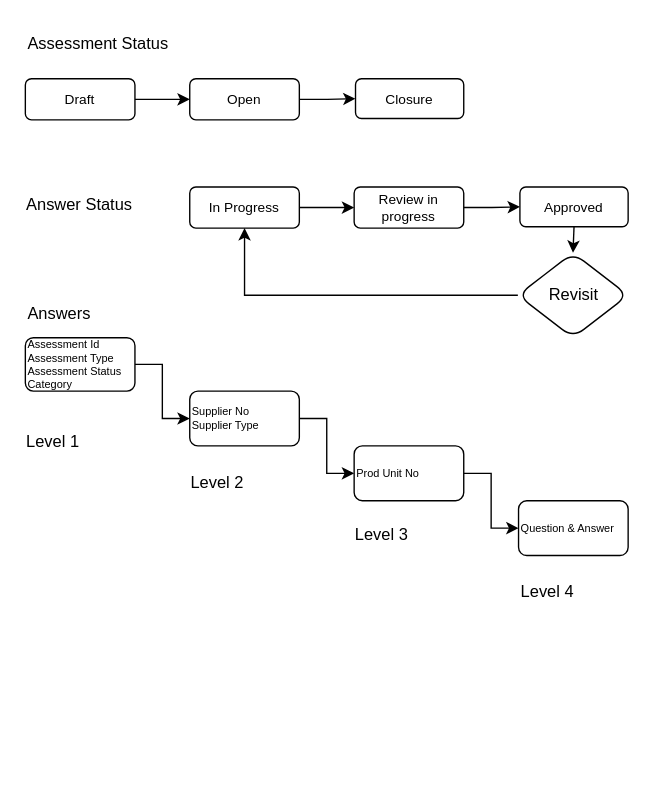
Before: page "Assessments Flow" (1 of 2) of Untitled Diagram.drawio in nselangovan/powerofdata, a draw.io diagram. Source tidied: cells renumbered, new cells numbered last; positions are measured from the earlier drawing's top-left corner, leaving out a move shared by most shapes. Both pictures are drawn from the tidied source at 137%, with x=0, y=0 at pixel (23, 23).
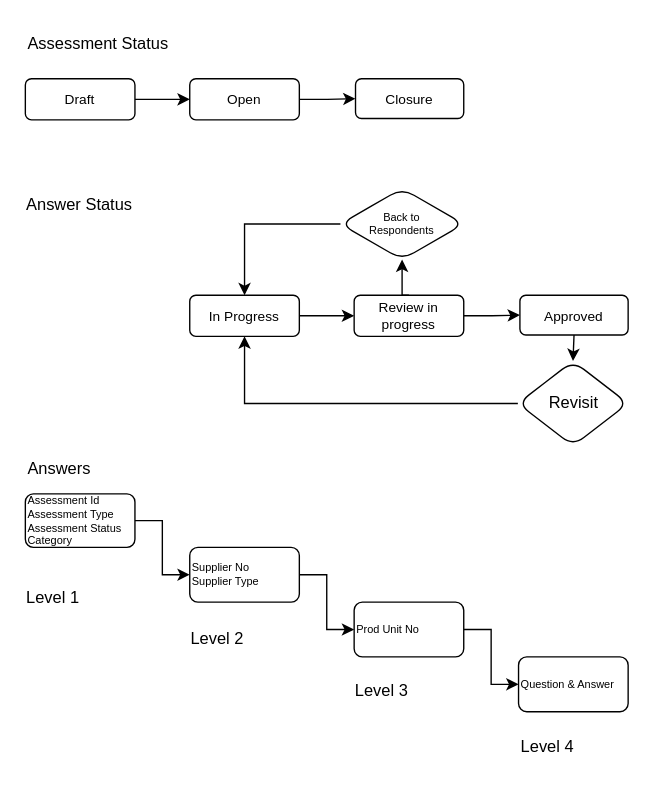
The same page after the edit.

Diff of the diagram source:
```diff
@@
     <mxCell id="9" value="In Progress" style="rounded=1;whiteSpace=wrap;html=1;fontSize=10;" parent="1" vertex="1">
-      <mxGeometry x="121" y="119" width="80" height="30" as="geometry" />
+      <mxGeometry x="121" y="198" width="80" height="30" as="geometry" />
     </mxCell>
@@
+    <mxCell id="29" style="edgeStyle=orthogonalEdgeStyle;rounded=0;jettySize=auto;html=1;exitX=0.5;exitY=0;exitDx=0;exitDy=0;entryX=0.5;entryY=1;entryDx=0;entryDy=0;fontSize=10;" parent="1" edge="1" source="11" target="31">
+      <mxGeometry relative="1" as="geometry" />
+    </mxCell>
     <mxCell id="11" value="Review in progress" style="whiteSpace=wrap;html=1;rounded=1;fontSize=10;" parent="1" vertex="1">
-      <mxGeometry x="241" y="119" width="80" height="30" as="geometry" />
+      <mxGeometry x="241" y="198" width="80" height="30" as="geometry" />
     </mxCell>
@@
     <mxCell id="14" value="Approved" style="whiteSpace=wrap;html=1;rounded=1;fontSize=10;" parent="1" vertex="1">
-      <mxGeometry x="362" y="119" width="79" height="29" as="geometry" />
+      <mxGeometry x="362" y="198" width="79" height="29" as="geometry" />
     </mxCell>
@@
     <mxCell id="16" value="Revisit" style="rhombus;whiteSpace=wrap;html=1;rounded=1;" parent="1" vertex="1">
-      <mxGeometry x="360.5" y="167" width="80.5" height="62" as="geometry" />
+      <mxGeometry x="360.5" y="246" width="80.5" height="62" as="geometry" />
     </mxCell>
     <mxCell id="17" value="Answers" style="text;html=1;strokeColor=none;fillColor=none;align=left;verticalAlign=middle;whiteSpace=wrap;rounded=0;" parent="1" vertex="1">
-      <mxGeometry x="1" y="197" width="120" height="30" as="geometry" />
+      <mxGeometry x="1" y="310" width="120" height="30" as="geometry" />
     </mxCell>
@@
-    <mxCell id="19" value="Assessment Id&lt;br style=&quot;font-size: 8px;&quot;&gt;Assessment Type&lt;br style=&quot;font-size: 8px;&quot;&gt;Assessment Status&lt;br style=&quot;font-size: 8px;&quot;&gt;Category" style="rounded=1;whiteSpace=wrap;html=1;align=left;fontSize=8;" parent="1" vertex="1">
-      <mxGeometry x="1" y="229" width="80" height="39" as="geometry" />
+    <mxCell id="19" value="Assessment Id&lt;br style=&quot;font-size: 8px;&quot;&gt;Assessment Type&lt;br style=&quot;font-size: 8px;&quot;&gt;Assessment Status&lt;br&gt;Category" style="rounded=1;whiteSpace=wrap;html=1;align=left;fontSize=8;" parent="1" vertex="1">
+      <mxGeometry x="1" y="343" width="80" height="39" as="geometry" />
     </mxCell>
@@
     <mxCell id="21" value="Supplier No&lt;br style=&quot;font-size: 8px;&quot;&gt;Supplier Type" style="whiteSpace=wrap;html=1;align=left;rounded=1;fontSize=8;" parent="1" vertex="1">
-      <mxGeometry x="121" y="268" width="80" height="40" as="geometry" />
+      <mxGeometry x="121" y="382" width="80" height="40" as="geometry" />
     </mxCell>
@@
     <mxCell id="23" value="Prod Unit No" style="whiteSpace=wrap;html=1;align=left;rounded=1;fontSize=8;" parent="1" vertex="1">
-      <mxGeometry x="241" y="308" width="80" height="40" as="geometry" />
+      <mxGeometry x="241" y="422" width="80" height="40" as="geometry" />
     </mxCell>
     <mxCell id="24" value="Question &amp;amp; Answer" style="whiteSpace=wrap;html=1;align=left;rounded=1;fontSize=8;" parent="1" vertex="1">
-      <mxGeometry x="361" y="348" width="80" height="40" as="geometry" />
+      <mxGeometry x="361" y="462" width="80" height="40" as="geometry" />
     </mxCell>
     <mxCell id="25" value="Level 1" style="text;html=1;strokeColor=none;fillColor=none;align=left;verticalAlign=middle;whiteSpace=wrap;rounded=0;" parent="1" vertex="1">
-      <mxGeometry y="290" width="81" height="30" as="geometry" />
+      <mxGeometry y="404" width="81" height="30" as="geometry" />
     </mxCell>
     <mxCell id="26" value="Level 2" style="text;html=1;strokeColor=none;fillColor=none;align=left;verticalAlign=middle;whiteSpace=wrap;rounded=0;" parent="1" vertex="1">
-      <mxGeometry x="120" y="320" width="81" height="30" as="geometry" />
+      <mxGeometry x="120" y="434" width="81" height="30" as="geometry" />
     </mxCell>
     <mxCell id="27" value="Level 3" style="text;html=1;strokeColor=none;fillColor=none;align=left;verticalAlign=middle;whiteSpace=wrap;rounded=0;" parent="1" vertex="1">
-      <mxGeometry x="240" y="358" width="81" height="30" as="geometry" />
+      <mxGeometry x="240" y="472" width="81" height="30" as="geometry" />
     </mxCell>
     <mxCell id="28" value="Level 4" style="text;html=1;strokeColor=none;fillColor=none;align=left;verticalAlign=middle;whiteSpace=wrap;rounded=0;" parent="1" vertex="1">
-      <mxGeometry x="360.5" y="400" width="81" height="30" as="geometry" />
+      <mxGeometry x="360.5" y="513" width="81" height="30" as="geometry" />
     </mxCell>
+    <mxCell id="30" style="edgeStyle=orthogonalEdgeStyle;rounded=0;jettySize=auto;html=1;entryX=0.5;entryY=0;entryDx=0;entryDy=0;fontSize=10;" parent="1" edge="1" source="31" target="9">
+      <mxGeometry relative="1" as="geometry" />
+    </mxCell>
+    <mxCell id="31" value="Back to &lt;br&gt;Respondents" style="rhombus;whiteSpace=wrap;html=1;fontSize=8;rounded=1;" parent="1" vertex="1">
+      <mxGeometry x="231" y="120" width="90" height="52" as="geometry" />
+    </mxCell>
```
